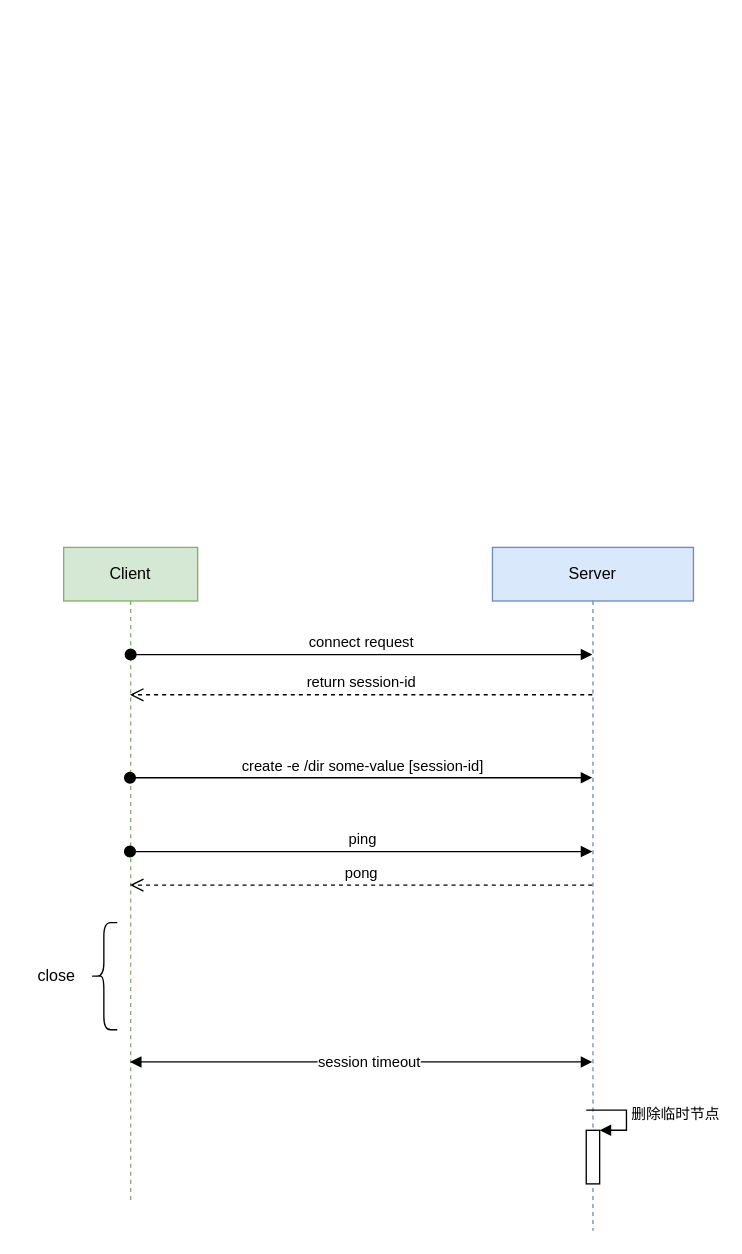
The draw.io diagram zookeeper/zookeeper.drawio in thebesteric/draw.io, before the edit. Source tidied: cells renumbered, new cells numbered last; positions are measured from the earlier drawing's top-left corner, leaving out a move shared by most shapes. Both pictures are drawn from the tidied source at 134%, with x=0, y=0 at pixel (23, 547).
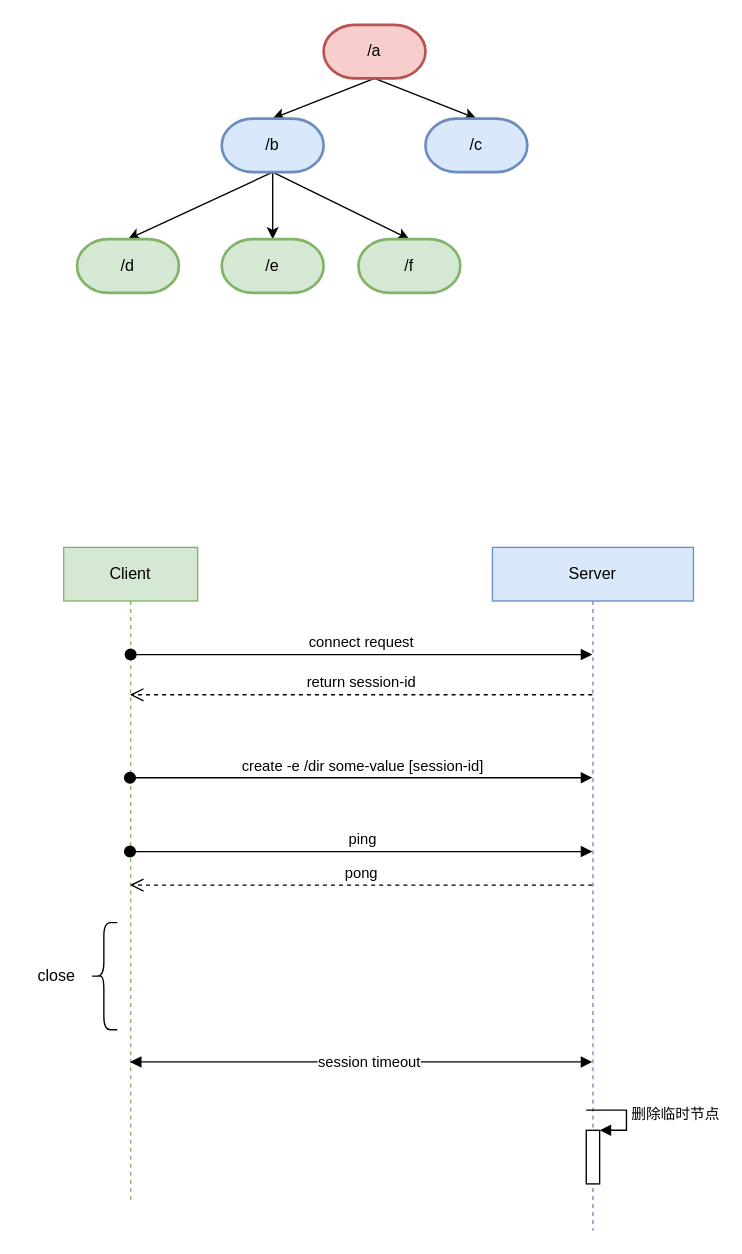
Above is the later version.

The edit, as a diff of the source:
```diff
@@
+    <mxCell id="15" style="rounded=0;jettySize=auto;html=1;exitX=0.5;exitY=1;exitDx=0;exitDy=0;exitPerimeter=0;entryX=0.5;entryY=0;entryDx=0;entryDy=0;entryPerimeter=0;" parent="1" edge="1" source="17" target="21">
+      <mxGeometry relative="1" as="geometry" />
+    </mxCell>
+    <mxCell id="16" style="edgeStyle=none;rounded=0;jettySize=auto;html=1;exitX=0.5;exitY=1;exitDx=0;exitDy=0;exitPerimeter=0;entryX=0.5;entryY=0;entryDx=0;entryDy=0;entryPerimeter=0;" parent="1" edge="1" source="17" target="22">
+      <mxGeometry relative="1" as="geometry" />
+    </mxCell>
+    <mxCell id="17" value="/a" style="strokeWidth=2;html=1;shape=mxgraph.flowchart.terminator;whiteSpace=wrap;fillColor=#f8cecc;strokeColor=#b85450;" parent="1" vertex="1">
+      <mxGeometry x="224" y="-390" width="76" height="40" as="geometry" />
+    </mxCell>
+    <mxCell id="18" style="edgeStyle=none;rounded=0;jettySize=auto;html=1;exitX=0.5;exitY=1;exitDx=0;exitDy=0;exitPerimeter=0;" parent="1" edge="1" source="21" target="23">
+      <mxGeometry relative="1" as="geometry" />
+    </mxCell>
+    <mxCell id="19" style="edgeStyle=none;rounded=0;jettySize=auto;html=1;exitX=0.5;exitY=1;exitDx=0;exitDy=0;exitPerimeter=0;entryX=0.5;entryY=0;entryDx=0;entryDy=0;entryPerimeter=0;" parent="1" edge="1" source="21" target="24">
+      <mxGeometry relative="1" as="geometry" />
+    </mxCell>
+    <mxCell id="20" style="edgeStyle=none;rounded=0;jettySize=auto;html=1;exitX=0.5;exitY=1;exitDx=0;exitDy=0;exitPerimeter=0;entryX=0.5;entryY=0;entryDx=0;entryDy=0;entryPerimeter=0;" parent="1" edge="1" source="21" target="25">
+      <mxGeometry relative="1" as="geometry" />
+    </mxCell>
+    <mxCell id="21" value="/b" style="strokeWidth=2;html=1;shape=mxgraph.flowchart.terminator;whiteSpace=wrap;fillColor=#dae8fc;strokeColor=#6c8ebf;" parent="1" vertex="1">
+      <mxGeometry x="148" y="-320" width="76" height="40" as="geometry" />
+    </mxCell>
+    <mxCell id="22" value="/c" style="strokeWidth=2;html=1;shape=mxgraph.flowchart.terminator;whiteSpace=wrap;fillColor=#dae8fc;strokeColor=#6c8ebf;" parent="1" vertex="1">
+      <mxGeometry x="300" y="-320" width="76" height="40" as="geometry" />
+    </mxCell>
+    <mxCell id="23" value="/e" style="strokeWidth=2;html=1;shape=mxgraph.flowchart.terminator;whiteSpace=wrap;fillColor=#d5e8d4;strokeColor=#82b366;" parent="1" vertex="1">
+      <mxGeometry x="148" y="-230" width="76" height="40" as="geometry" />
+    </mxCell>
+    <mxCell id="24" value="/d" style="strokeWidth=2;html=1;shape=mxgraph.flowchart.terminator;whiteSpace=wrap;fillColor=#d5e8d4;strokeColor=#82b366;" parent="1" vertex="1">
+      <mxGeometry x="40" y="-230" width="76" height="40" as="geometry" />
+    </mxCell>
+    <mxCell id="25" value="/f" style="strokeWidth=2;html=1;shape=mxgraph.flowchart.terminator;whiteSpace=wrap;fillColor=#d5e8d4;strokeColor=#82b366;" parent="1" vertex="1">
+      <mxGeometry x="250" y="-230" width="76" height="40" as="geometry" />
+    </mxCell>
```
